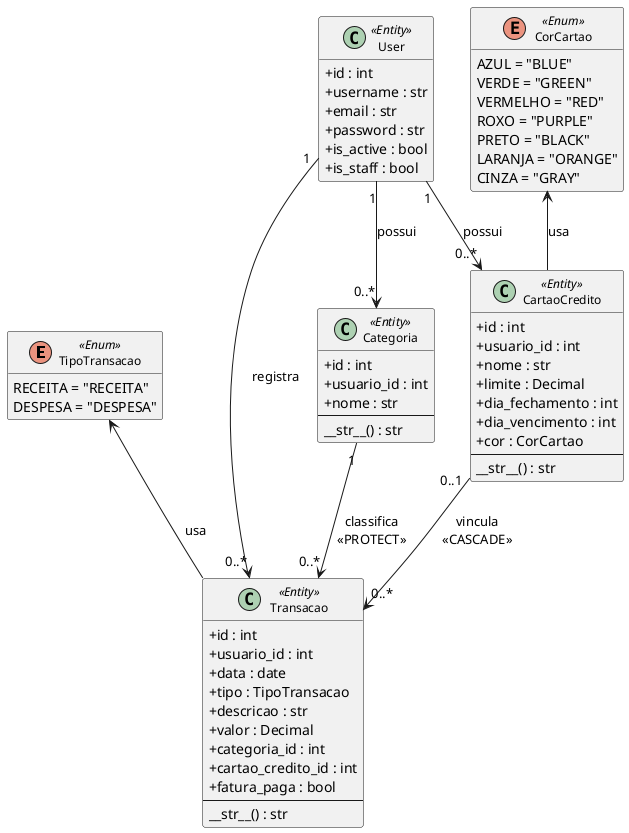
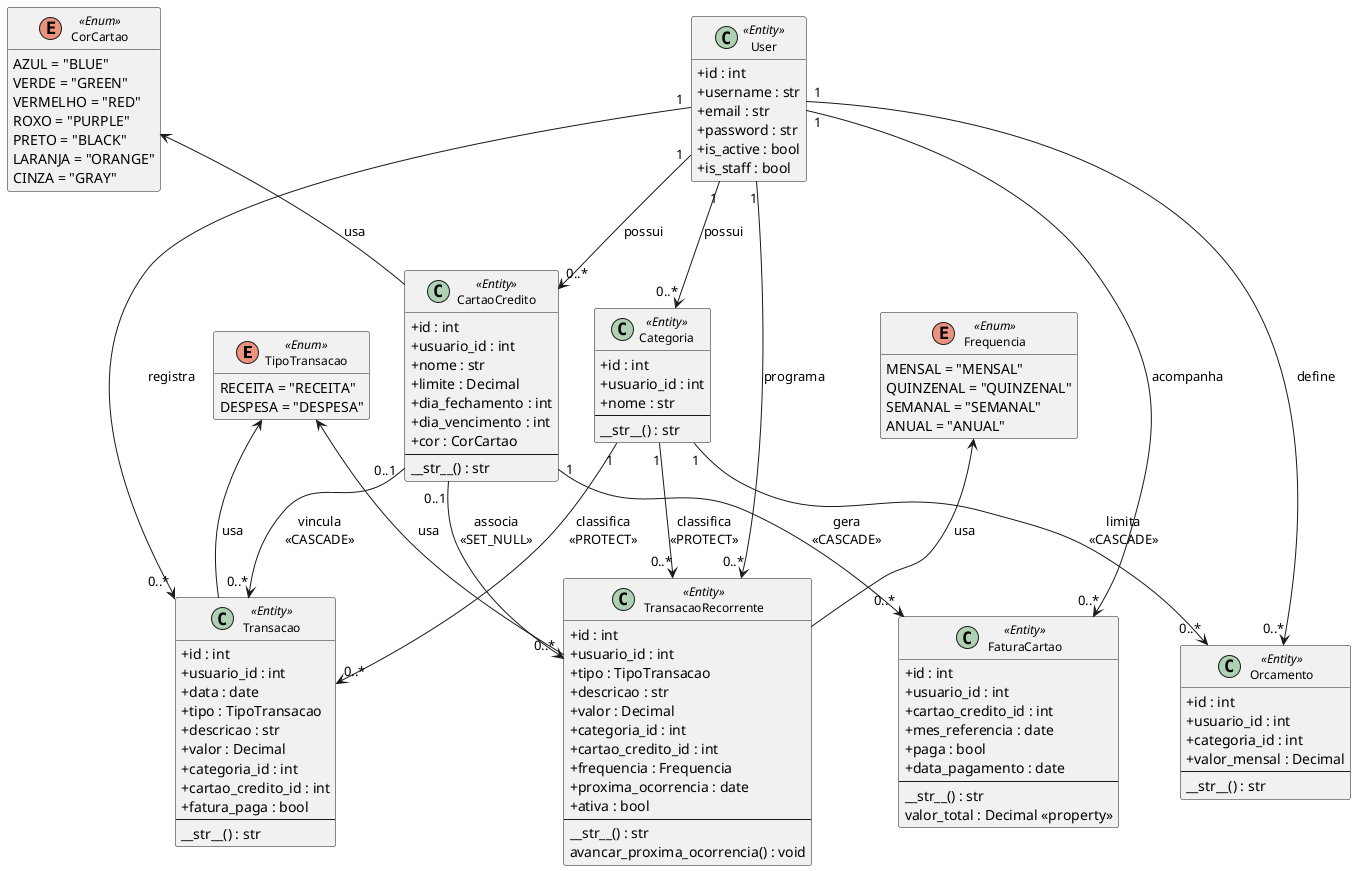
@startuml uml_classes_modelos
skinparam classAttributeIconSize 0
skinparam classFontSize 12
skinparam stereotypeCBackgroundColor #E8F4FF
hide empty methods

enum TipoTransacao <<Enum>> {
  RECEITA = "RECEITA"
  DESPESA = "DESPESA"
}

enum CorCartao <<Enum>> {
  AZUL = "BLUE"
  VERDE = "GREEN"
  VERMELHO = "RED"
  ROXO = "PURPLE"
  PRETO = "BLACK"
  LARANJA = "ORANGE"
  CINZA = "GRAY"
+ }
+ 
+ enum Frequencia <<Enum>> {
+   MENSAL = "MENSAL"
+   QUINZENAL = "QUINZENAL"
+   SEMANAL = "SEMANAL"
+   ANUAL = "ANUAL"
}

class User <<Entity>> {
  +id : int
  +username : str
  +email : str
  +password : str
  +is_active : bool
  +is_staff : bool
}

class Categoria <<Entity>> {
  +id : int
  +usuario_id : int
  +nome : str
  --
  __str__() : str
  ' unique_together: (usuario, nome)
}

class CartaoCredito <<Entity>> {
  +id : int
  +usuario_id : int
  +nome : str
  +limite : Decimal
  +dia_fechamento : int
  +dia_vencimento : int
  +cor : CorCartao
  --
  __str__() : str
}

class Transacao <<Entity>> {
  +id : int
  +usuario_id : int
  +data : date
  +tipo : TipoTransacao
  +descricao : str
  +valor : Decimal
  +categoria_id : int
  +cartao_credito_id : int
  +fatura_paga : bool
  --
  __str__() : str
  ' ordering: [-data]
}

+ class Orcamento <<Entity>> {
+   +id : int
+   +usuario_id : int
+   +categoria_id : int
+   +valor_mensal : Decimal
+   --
+   __str__() : str
+   ' unique_together: (usuario, categoria)
+ }
+ 
+ class FaturaCartao <<Entity>> {
+   +id : int
+   +usuario_id : int
+   +cartao_credito_id : int
+   +mes_referencia : date
+   +paga : bool
+   +data_pagamento : date
+   --
+   __str__() : str
+   valor_total : Decimal <<property>>
+   ' unique_together: (cartao_credito, mes_referencia)
+   ' ordering: [-mes_referencia]
+ }
+ 
+ class TransacaoRecorrente <<Entity>> {
+   +id : int
+   +usuario_id : int
+   +tipo : TipoTransacao
+   +descricao : str
+   +valor : Decimal
+   +categoria_id : int
+   +cartao_credito_id : int
+   +frequencia : Frequencia
+   +proxima_ocorrencia : date
+   +ativa : bool
+   --
+   __str__() : str
+   avancar_proxima_ocorrencia() : void
+   ' ordering: [proxima_ocorrencia]
+ }
+ 
User "1" --> "0..*" Categoria : possui
User "1" --> "0..*" CartaoCredito : possui
User "1" --> "0..*" Transacao : registra
+ User "1" --> "0..*" Orcamento : define
+ User "1" --> "0..*" FaturaCartao : acompanha
+ User "1" --> "0..*" TransacaoRecorrente : programa
Categoria "1" --> "0..*" Transacao : classifica\n<<PROTECT>>
+ Categoria "1" --> "0..*" Orcamento : limita\n<<CASCADE>>
+ Categoria "1" --> "0..*" TransacaoRecorrente : classifica\n<<PROTECT>>
CartaoCredito "0..1" --> "0..*" Transacao : vincula\n<<CASCADE>>
+ CartaoCredito "1" --> "0..*" FaturaCartao : gera\n<<CASCADE>>
+ CartaoCredito "0..1" --> "0..*" TransacaoRecorrente : associa\n<<SET_NULL>>
TipoTransacao <-- Transacao : usa
+ TipoTransacao <-- TransacaoRecorrente : usa
CorCartao <-- CartaoCredito : usa
+ Frequencia <-- TransacaoRecorrente : usa

@enduml
